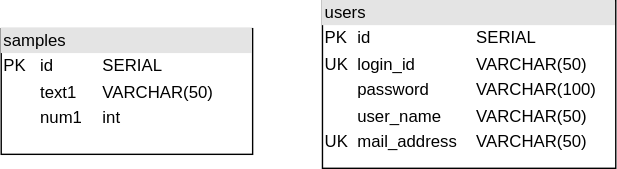
The draw.io diagram docs/er/er.drawio.svg in ngnmsn/spring-boot-template, before a commit. Source tidied: cells renumbered, new cells last; positions are measured from the earlier drawing's top-left corner, leaving out a move shared by most shapes.
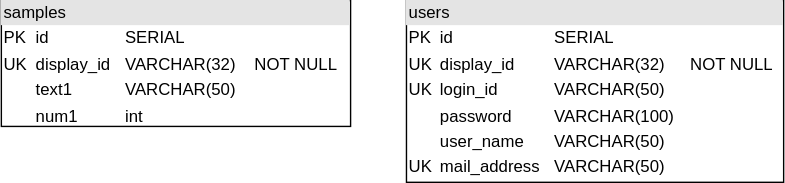
The same diagram one commit later.

What changed in the source:
```diff
@@ -2,11 +2,11 @@
   <root>
     <mxCell id="0" />
     <mxCell id="1" parent="0" />
-    <mxCell id="2" value="&lt;div style=&quot;box-sizing:border-box;width:100%;background:#e4e4e4;padding:2px;&quot;&gt;samples&lt;/div&gt;&lt;table style=&quot;width:100%;font-size:1em;&quot; cellpadding=&quot;2&quot; cellspacing=&quot;0&quot;&gt;&lt;tbody&gt;&lt;tr&gt;&lt;td&gt;PK&lt;/td&gt;&lt;td&gt;id&lt;/td&gt;&lt;td&gt;SERIAL&lt;/td&gt;&lt;/tr&gt;&lt;tr&gt;&lt;td&gt;&lt;/td&gt;&lt;td&gt;text1&lt;/td&gt;&lt;td&gt;VARCHAR(50)&lt;/td&gt;&lt;/tr&gt;&lt;tr&gt;&lt;td&gt;&lt;/td&gt;&lt;td&gt;num1&lt;/td&gt;&lt;td&gt;int&lt;/td&gt;&lt;/tr&gt;&lt;/tbody&gt;&lt;/table&gt;" style="verticalAlign=top;align=left;overflow=fill;html=1;whiteSpace=wrap;" parent="1" vertex="1">
-      <mxGeometry y="20" width="180" height="90" as="geometry" />
+    <mxCell id="2" value="&lt;div style=&quot;box-sizing:border-box;width:100%;background:#e4e4e4;padding:2px;&quot;&gt;samples&lt;/div&gt;&lt;table style=&quot;width:100%;font-size:1em;&quot; cellpadding=&quot;2&quot; cellspacing=&quot;0&quot;&gt;&lt;tbody&gt;&lt;tr&gt;&lt;td&gt;PK&lt;/td&gt;&lt;td&gt;id&lt;/td&gt;&lt;td&gt;SERIAL&lt;/td&gt;&lt;td&gt;&lt;br&gt;&lt;/td&gt;&lt;/tr&gt;&lt;tr&gt;&lt;td&gt;UK&lt;/td&gt;&lt;td&gt;display_id&lt;/td&gt;&lt;td&gt;VARCHAR(32)&lt;/td&gt;&lt;td&gt;NOT NULL&lt;/td&gt;&lt;/tr&gt;&lt;tr&gt;&lt;td&gt;&lt;/td&gt;&lt;td&gt;text1&lt;/td&gt;&lt;td&gt;VARCHAR(50)&lt;/td&gt;&lt;td&gt;&lt;br&gt;&lt;/td&gt;&lt;/tr&gt;&lt;tr&gt;&lt;td&gt;&lt;/td&gt;&lt;td&gt;num1&lt;/td&gt;&lt;td&gt;int&lt;/td&gt;&lt;td&gt;&lt;br&gt;&lt;/td&gt;&lt;/tr&gt;&lt;/tbody&gt;&lt;/table&gt;" style="verticalAlign=top;align=left;overflow=fill;html=1;whiteSpace=wrap;" parent="1" vertex="1">
+      <mxGeometry x="-20" width="250" height="90" as="geometry" />
     </mxCell>
-    <mxCell id="3" value="&lt;div style=&quot;box-sizing:border-box;width:100%;background:#e4e4e4;padding:2px;&quot;&gt;users&lt;/div&gt;&lt;table style=&quot;width:100%;font-size:1em;&quot; cellpadding=&quot;2&quot; cellspacing=&quot;0&quot;&gt;&lt;tbody&gt;&lt;tr&gt;&lt;td&gt;PK&lt;/td&gt;&lt;td&gt;id&lt;/td&gt;&lt;td&gt;SERIAL&lt;/td&gt;&lt;/tr&gt;&lt;tr&gt;&lt;td&gt;UK&lt;/td&gt;&lt;td&gt;login_id&lt;/td&gt;&lt;td&gt;VARCHAR(50)&lt;/td&gt;&lt;/tr&gt;&lt;tr&gt;&lt;td&gt;&lt;/td&gt;&lt;td&gt;password&lt;/td&gt;&lt;td&gt;VARCHAR(100)&lt;br&gt;&lt;/td&gt;&lt;/tr&gt;&lt;tr&gt;&lt;td&gt;&lt;br&gt;&lt;/td&gt;&lt;td&gt;user_name&lt;/td&gt;&lt;td&gt;VARCHAR(50)&lt;br&gt;&lt;/td&gt;&lt;/tr&gt;&lt;tr&gt;&lt;td&gt;UK&lt;/td&gt;&lt;td&gt;mail_address&lt;/td&gt;&lt;td&gt;VARCHAR(50)&lt;br&gt;&lt;/td&gt;&lt;/tr&gt;&lt;/tbody&gt;&lt;/table&gt;" style="verticalAlign=top;align=left;overflow=fill;html=1;whiteSpace=wrap;" parent="1" vertex="1">
-      <mxGeometry x="230" width="210" height="120" as="geometry" />
+    <mxCell id="3" value="&lt;div style=&quot;box-sizing:border-box;width:100%;background:#e4e4e4;padding:2px;&quot;&gt;users&lt;/div&gt;&lt;table style=&quot;width:100%;font-size:1em;&quot; cellpadding=&quot;2&quot; cellspacing=&quot;0&quot;&gt;&lt;tbody&gt;&lt;tr&gt;&lt;td&gt;PK&lt;/td&gt;&lt;td&gt;id&lt;/td&gt;&lt;td&gt;SERIAL&lt;/td&gt;&lt;td&gt;&lt;br&gt;&lt;/td&gt;&lt;/tr&gt;&lt;tr&gt;&lt;td&gt;UK&lt;/td&gt;&lt;td&gt;display_id&lt;/td&gt;&lt;td&gt;VARCHAR(32)&lt;/td&gt;&lt;td&gt;NOT NULL&lt;/td&gt;&lt;/tr&gt;&lt;tr&gt;&lt;td&gt;UK&lt;/td&gt;&lt;td&gt;login_id&lt;/td&gt;&lt;td&gt;VARCHAR(50)&lt;/td&gt;&lt;td&gt;&lt;br&gt;&lt;/td&gt;&lt;/tr&gt;&lt;tr&gt;&lt;td&gt;&lt;/td&gt;&lt;td&gt;password&lt;/td&gt;&lt;td&gt;VARCHAR(100)&lt;br&gt;&lt;/td&gt;&lt;td&gt;&lt;br&gt;&lt;/td&gt;&lt;/tr&gt;&lt;tr&gt;&lt;td&gt;&lt;br&gt;&lt;/td&gt;&lt;td&gt;user_name&lt;/td&gt;&lt;td&gt;VARCHAR(50)&lt;br&gt;&lt;/td&gt;&lt;td&gt;&lt;br&gt;&lt;/td&gt;&lt;/tr&gt;&lt;tr&gt;&lt;td&gt;UK&lt;/td&gt;&lt;td&gt;mail_address&lt;/td&gt;&lt;td&gt;VARCHAR(50)&lt;br&gt;&lt;/td&gt;&lt;td&gt;&lt;br&gt;&lt;/td&gt;&lt;/tr&gt;&lt;/tbody&gt;&lt;/table&gt;" style="verticalAlign=top;align=left;overflow=fill;html=1;whiteSpace=wrap;" parent="1" vertex="1">
+      <mxGeometry x="270" width="270" height="130" as="geometry" />
     </mxCell>
   </root>
 </mxGraphModel>
```
